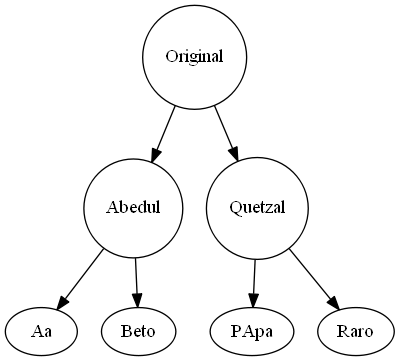
This is ArbolBinBusqueda.png from ByLy23/Scrabble_CPP, a Graphviz export, as it was before one commit. Its source is kept beside it as ArbolBinBusqueda.dot.
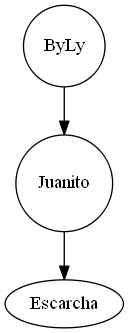
The same file after the commit.

Diff of the diagram source:
```diff
@@ -1,16 +1,8 @@
 digraph graficaArbolito{
  linkdir=LR
-Original[shape= circle label="Original"];
-Abedul[shape= circle label="Abedul"];
-Abedul[shape= circle label="Abedul"];
-Original[shape= circle label="Original"];
-Quetzal[shape= circle label="Quetzal"];
-Quetzal[shape= circle label="Quetzal"];
+ByLy[shape= circle label="ByLy"];
+Juanito[shape= circle label="Juanito"];
 
-Original->Abedul
-Abedul->Aa
-Abedul->Beto
-Original->Quetzal
-Quetzal->PApa
-Quetzal->Raro
+ByLy->Juanito
+Juanito->Escarcha
 }
```
